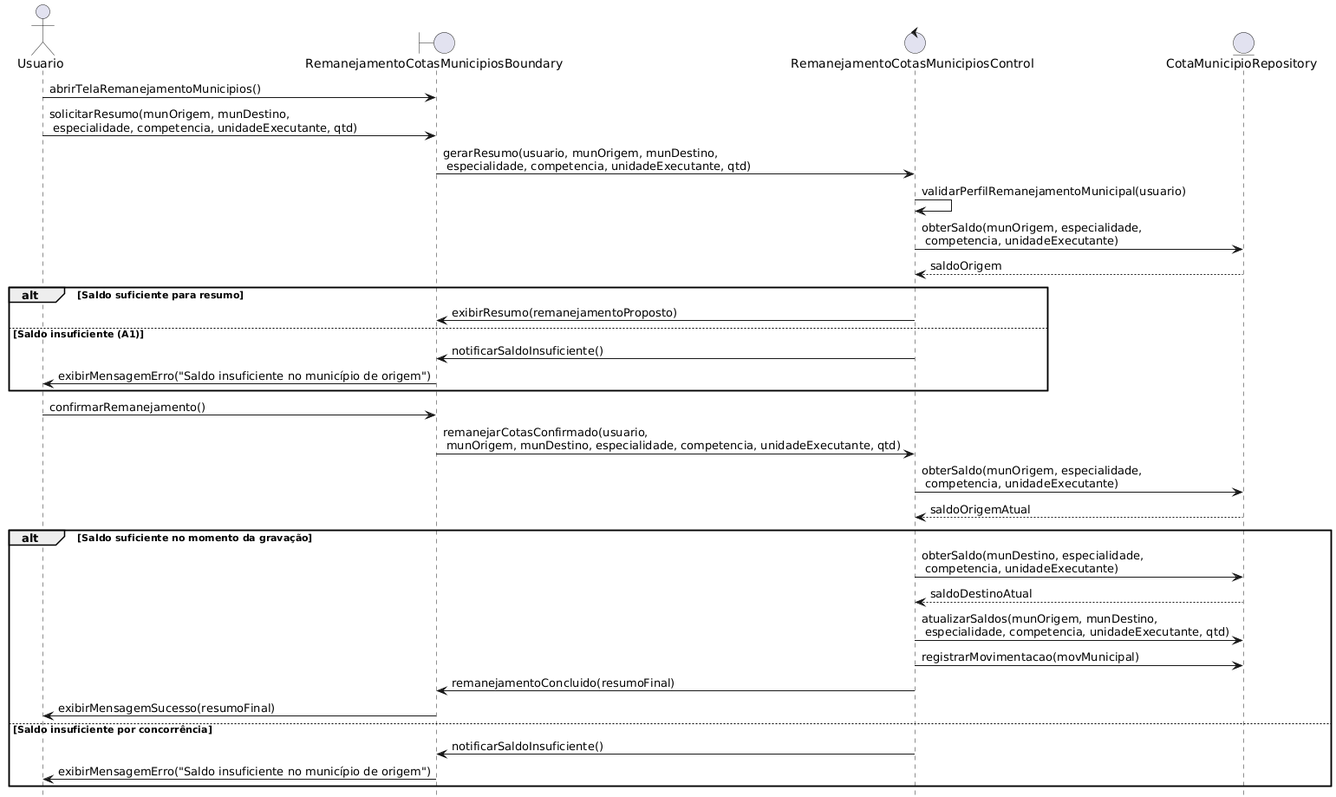
Before: Diagramas de sequencia/Suc015.png, a diagram exported from PlantUML (EvertonFerreir4/Sistema_De_Cotas_SES). Source of this version:
```plantuml
@startuml
actor Usuario

boundary RemanejamentoCotasMunicipiosBoundary
control RemanejamentoCotasMunicipiosControl
entity CotaMunicipioRepository

Usuario -> RemanejamentoCotasMunicipiosBoundary: abrirTelaRemanejamentoMunicipios()

Usuario -> RemanejamentoCotasMunicipiosBoundary: solicitarResumo(munOrigem, munDestino,\n especialidade, competencia, unidadeExecutante, qtd)
RemanejamentoCotasMunicipiosBoundary -> RemanejamentoCotasMunicipiosControl: gerarResumo(usuario, munOrigem, munDestino,\n especialidade, competencia, unidadeExecutante, qtd)

RemanejamentoCotasMunicipiosControl -> RemanejamentoCotasMunicipiosControl: validarPerfilRemanejamentoMunicipal(usuario)

RemanejamentoCotasMunicipiosControl -> CotaMunicipioRepository: obterSaldo(munOrigem, especialidade,\n competencia, unidadeExecutante)
RemanejamentoCotasMunicipiosControl <-- CotaMunicipioRepository: saldoOrigem

alt Saldo suficiente para resumo
    RemanejamentoCotasMunicipiosControl -> RemanejamentoCotasMunicipiosBoundary: exibirResumo(remanejamentoProposto)
else Saldo insuficiente (A1)
    RemanejamentoCotasMunicipiosControl -> RemanejamentoCotasMunicipiosBoundary: notificarSaldoInsuficiente()
    RemanejamentoCotasMunicipiosBoundary -> Usuario: exibirMensagemErro("Saldo insuficiente no município de origem")
end

Usuario -> RemanejamentoCotasMunicipiosBoundary: confirmarRemanejamento()
RemanejamentoCotasMunicipiosBoundary -> RemanejamentoCotasMunicipiosControl: remanejarCotasConfirmado(usuario,\n munOrigem, munDestino, especialidade, competencia, unidadeExecutante, qtd)

RemanejamentoCotasMunicipiosControl -> CotaMunicipioRepository: obterSaldo(munOrigem, especialidade,\n competencia, unidadeExecutante)
RemanejamentoCotasMunicipiosControl <-- CotaMunicipioRepository: saldoOrigemAtual

alt Saldo suficiente no momento da gravação
    RemanejamentoCotasMunicipiosControl -> CotaMunicipioRepository: obterSaldo(munDestino, especialidade,\n competencia, unidadeExecutante)
    RemanejamentoCotasMunicipiosControl <-- CotaMunicipioRepository: saldoDestinoAtual

    RemanejamentoCotasMunicipiosControl -> CotaMunicipioRepository: atualizarSaldos(munOrigem, munDestino,\n especialidade, competencia, unidadeExecutante, qtd)
    RemanejamentoCotasMunicipiosControl -> CotaMunicipioRepository: registrarMovimentacao(movMunicipal)

    RemanejamentoCotasMunicipiosControl -> RemanejamentoCotasMunicipiosBoundary: remanejamentoConcluido(resumoFinal)
    RemanejamentoCotasMunicipiosBoundary -> Usuario: exibirMensagemSucesso(resumoFinal)
else Saldo insuficiente por concorrência
    RemanejamentoCotasMunicipiosControl -> RemanejamentoCotasMunicipiosBoundary: notificarSaldoInsuficiente()
    RemanejamentoCotasMunicipiosBoundary -> Usuario: exibirMensagemErro("Saldo insuficiente no município de origem")
end
@enduml
```
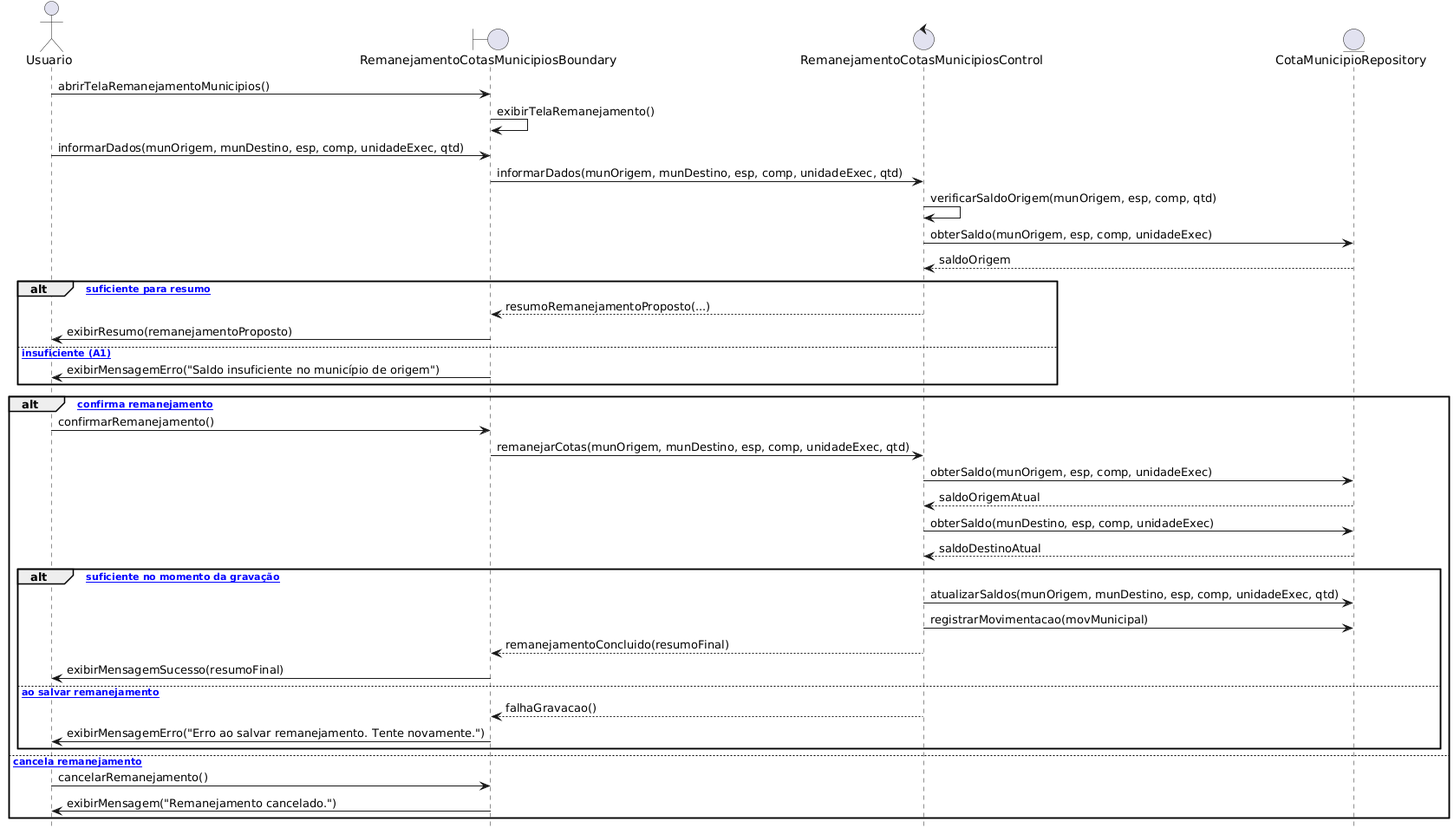
Above is the later version.

Diff of the diagram source:
```diff
@@ -1,44 +1,49 @@
 @startuml
+title UC015 - Remanejar Cotas entre Municípios
+
 actor Usuario
-
 boundary RemanejamentoCotasMunicipiosBoundary
 control RemanejamentoCotasMunicipiosControl
 entity CotaMunicipioRepository
 
 Usuario -> RemanejamentoCotasMunicipiosBoundary: abrirTelaRemanejamentoMunicipios()
+RemanejamentoCotasMunicipiosBoundary -> RemanejamentoCotasMunicipiosBoundary: exibirTelaRemanejamento()
 
-Usuario -> RemanejamentoCotasMunicipiosBoundary: solicitarResumo(munOrigem, munDestino,\n especialidade, competencia, unidadeExecutante, qtd)
-RemanejamentoCotasMunicipiosBoundary -> RemanejamentoCotasMunicipiosControl: gerarResumo(usuario, munOrigem, munDestino,\n especialidade, competencia, unidadeExecutante, qtd)
+Usuario -> RemanejamentoCotasMunicipiosBoundary: informarDados(munOrigem, munDestino, esp, comp, unidadeExec, qtd)
+RemanejamentoCotasMunicipiosBoundary -> RemanejamentoCotasMunicipiosControl: informarDados(munOrigem, munDestino, esp, comp, unidadeExec, qtd)
 
-RemanejamentoCotasMunicipiosControl -> RemanejamentoCotasMunicipiosControl: validarPerfilRemanejamentoMunicipal(usuario)
+RemanejamentoCotasMunicipiosControl -> RemanejamentoCotasMunicipiosControl: verificarSaldoOrigem(munOrigem, esp, comp, qtd)
+RemanejamentoCotasMunicipiosControl -> CotaMunicipioRepository: obterSaldo(munOrigem, esp, comp, unidadeExec)
+CotaMunicipioRepository --> RemanejamentoCotasMunicipiosControl: saldoOrigem
 
-RemanejamentoCotasMunicipiosControl -> CotaMunicipioRepository: obterSaldo(munOrigem, especialidade,\n competencia, unidadeExecutante)
-RemanejamentoCotasMunicipiosControl <-- CotaMunicipioRepository: saldoOrigem
-
-alt Saldo suficiente para resumo
-    RemanejamentoCotasMunicipiosControl -> RemanejamentoCotasMunicipiosBoundary: exibirResumo(remanejamentoProposto)
-else Saldo insuficiente (A1)
-    RemanejamentoCotasMunicipiosControl -> RemanejamentoCotasMunicipiosBoundary: notificarSaldoInsuficiente()
-    RemanejamentoCotasMunicipiosBoundary -> Usuario: exibirMensagemErro("Saldo insuficiente no município de origem")
+alt [Saldo suficiente para resumo]
+  RemanejamentoCotasMunicipiosControl --> RemanejamentoCotasMunicipiosBoundary: resumoRemanejamentoProposto(...)
+  RemanejamentoCotasMunicipiosBoundary -> Usuario: exibirResumo(remanejamentoProposto)
+else [Saldo insuficiente (A1)]
+  RemanejamentoCotasMunicipiosBoundary -> Usuario: exibirMensagemErro("Saldo insuficiente no município de origem")
 end
 
-Usuario -> RemanejamentoCotasMunicipiosBoundary: confirmarRemanejamento()
-RemanejamentoCotasMunicipiosBoundary -> RemanejamentoCotasMunicipiosControl: remanejarCotasConfirmado(usuario,\n munOrigem, munDestino, especialidade, competencia, unidadeExecutante, qtd)
+alt [Usuário confirma remanejamento]
+  Usuario -> RemanejamentoCotasMunicipiosBoundary: confirmarRemanejamento()
+  RemanejamentoCotasMunicipiosBoundary -> RemanejamentoCotasMunicipiosControl: remanejarCotas(munOrigem, munDestino, esp, comp, unidadeExec, qtd)
 
-RemanejamentoCotasMunicipiosControl -> CotaMunicipioRepository: obterSaldo(munOrigem, especialidade,\n competencia, unidadeExecutante)
-RemanejamentoCotasMunicipiosControl <-- CotaMunicipioRepository: saldoOrigemAtual
+  RemanejamentoCotasMunicipiosControl -> CotaMunicipioRepository: obterSaldo(munOrigem, esp, comp, unidadeExec)
+  CotaMunicipioRepository --> RemanejamentoCotasMunicipiosControl: saldoOrigemAtual
+  RemanejamentoCotasMunicipiosControl -> CotaMunicipioRepository: obterSaldo(munDestino, esp, comp, unidadeExec)
+  CotaMunicipioRepository --> RemanejamentoCotasMunicipiosControl: saldoDestinoAtual
 
-alt Saldo suficiente no momento da gravação
-    RemanejamentoCotasMunicipiosControl -> CotaMunicipioRepository: obterSaldo(munDestino, especialidade,\n competencia, unidadeExecutante)
-    RemanejamentoCotasMunicipiosControl <-- CotaMunicipioRepository: saldoDestinoAtual
+  alt [Saldo suficiente no momento da gravação]
+    RemanejamentoCotasMunicipiosControl -> CotaMunicipioRepository: atualizarSaldos(munOrigem, munDestino, esp, comp, unidadeExec, qtd)
+    RemanejamentoCotasMunicipiosControl -> CotaMunicipioRepository: registrarMovimentacao(movMunicipal)
+    RemanejamentoCotasMunicipiosControl --> RemanejamentoCotasMunicipiosBoundary: remanejamentoConcluido(resumoFinal)
+    RemanejamentoCotasMunicipiosBoundary -> Usuario: exibirMensagemSucesso(resumoFinal)
+  else [Erro ao salvar remanejamento]
+    RemanejamentoCotasMunicipiosControl --> RemanejamentoCotasMunicipiosBoundary: falhaGravacao()
+    RemanejamentoCotasMunicipiosBoundary -> Usuario: exibirMensagemErro("Erro ao salvar remanejamento. Tente novamente.")
+  end
 
-    RemanejamentoCotasMunicipiosControl -> CotaMunicipioRepository: atualizarSaldos(munOrigem, munDestino,\n especialidade, competencia, unidadeExecutante, qtd)
-    RemanejamentoCotasMunicipiosControl -> CotaMunicipioRepository: registrarMovimentacao(movMunicipal)
-
-    RemanejamentoCotasMunicipiosControl -> RemanejamentoCotasMunicipiosBoundary: remanejamentoConcluido(resumoFinal)
-    RemanejamentoCotasMunicipiosBoundary -> Usuario: exibirMensagemSucesso(resumoFinal)
-else Saldo insuficiente por concorrência
-    RemanejamentoCotasMunicipiosControl -> RemanejamentoCotasMunicipiosBoundary: notificarSaldoInsuficiente()
-    RemanejamentoCotasMunicipiosBoundary -> Usuario: exibirMensagemErro("Saldo insuficiente no município de origem")
+else [Usuário cancela remanejamento]
+  Usuario -> RemanejamentoCotasMunicipiosBoundary: cancelarRemanejamento()
+  RemanejamentoCotasMunicipiosBoundary -> Usuario: exibirMensagem("Remanejamento cancelado.")
 end
 @enduml
```
